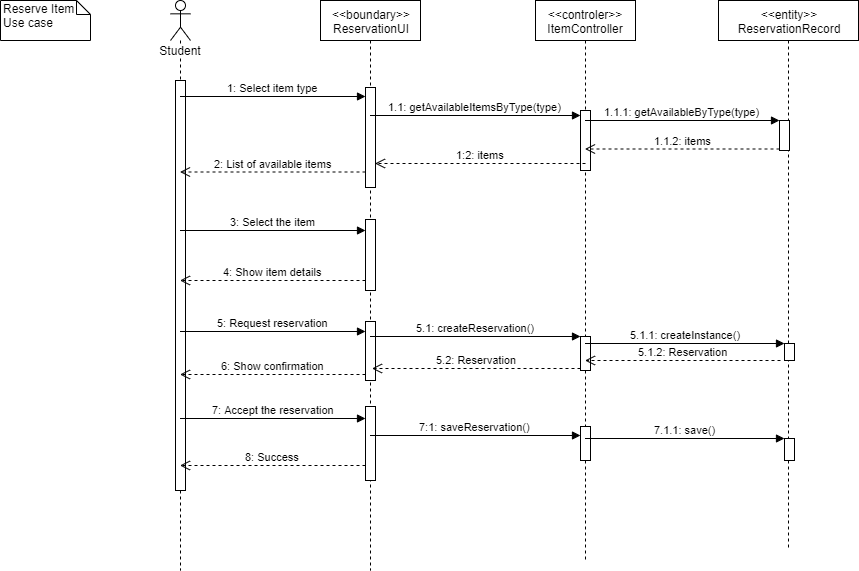
The draw.io diagram docs/Sequence Diagrams/MUM Life - Sequence Diagram - Reserve Item.png in jonathangetachew/MUMLife, before a commit. Source tidied: cells renumbered, new cells last; positions are measured from the earlier drawing's top-left corner, leaving out a move shared by most shapes.
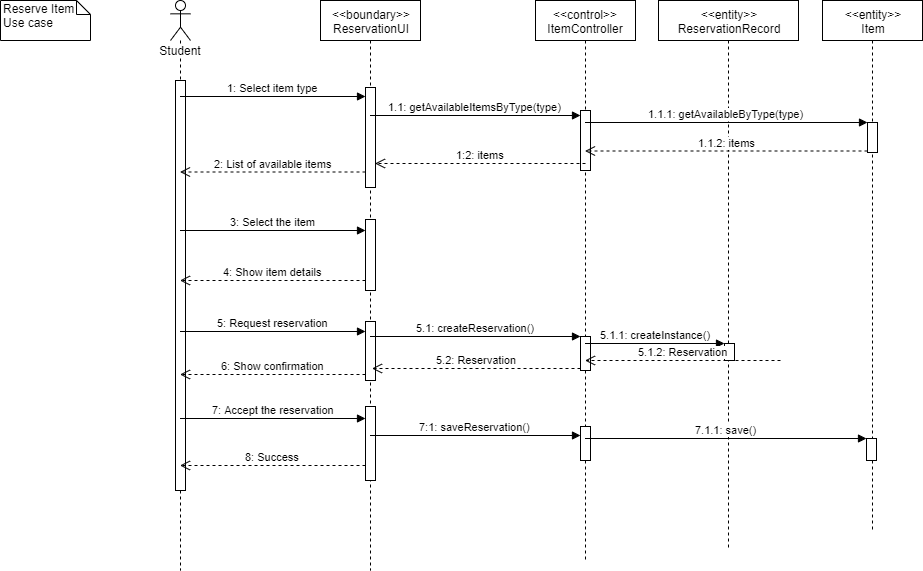
Above is the later version.

Commit message:
Updated all stereotypes in sequence diagrams

The edit, as a diff of the source:
```diff
@@ -29,7 +29,7 @@
         <mxPoint x="365" y="96" as="targetPoint" />
       </mxGeometry>
     </mxCell>
-    <mxCell id="10" value="&amp;lt;&amp;lt;controler&amp;gt;&amp;gt;&lt;br&gt;ItemController" style="shape=umlLifeline;perimeter=lifelinePerimeter;whiteSpace=wrap;html=1;outlineConnect=0;" parent="1" vertex="1">
+    <mxCell id="10" value="&amp;lt;&amp;lt;control&amp;gt;&amp;gt;&lt;br&gt;ItemController" style="shape=umlLifeline;perimeter=lifelinePerimeter;whiteSpace=wrap;html=1;outlineConnect=0;" parent="1" vertex="1">
       <mxGeometry x="535" width="100" height="560" as="geometry" />
     </mxCell>
     <mxCell id="11" style="html=1;perimeter=orthogonalPerimeter;" parent="10" vertex="1">
@@ -110,17 +110,11 @@
       </mxGeometry>
     </mxCell>
     <mxCell id="26" value="&amp;lt;&amp;lt;entity&amp;gt;&amp;gt;&lt;br&gt;ReservationRecord" style="shape=umlLifeline;perimeter=lifelinePerimeter;whiteSpace=wrap;html=1;" parent="1" vertex="1">
-      <mxGeometry x="718" width="140" height="550" as="geometry" />
+      <mxGeometry x="658" width="140" height="550" as="geometry" />
     </mxCell>
     <mxCell id="27" style="html=1;points=[];perimeter=orthogonalPerimeter;" parent="26" vertex="1">
       <mxGeometry x="66" y="343" width="10" height="17" as="geometry" />
     </mxCell>
-    <mxCell id="28" style="html=1;points=[];perimeter=orthogonalPerimeter;" parent="26" vertex="1">
-      <mxGeometry x="61" y="120" width="10" height="30" as="geometry" />
-    </mxCell>
-    <mxCell id="29" style="html=1;points=[];perimeter=orthogonalPerimeter;" parent="26" vertex="1">
-      <mxGeometry x="66" y="438" width="10" height="22" as="geometry" />
-    </mxCell>
     <mxCell id="30" value="5.1.1: createInstance()" style="html=1;verticalAlign=bottom;endArrow=block;entryX=0;entryY=0;" parent="1" edge="1" source="10" target="27">
       <mxGeometry relative="1" as="geometry" />
     </mxCell>
@@ -144,5 +138,14 @@
     <mxCell id="35" value="7.1.1: save()" style="html=1;verticalAlign=bottom;endArrow=block;entryX=0;entryY=0;" parent="1" edge="1" source="10" target="29">
       <mxGeometry relative="1" as="geometry" />
     </mxCell>
+    <mxCell id="36" value="&amp;lt;&amp;lt;entity&amp;gt;&amp;gt;&lt;br&gt;Item" style="shape=umlLifeline;perimeter=lifelinePerimeter;whiteSpace=wrap;html=1;" parent="1" vertex="1">
+      <mxGeometry x="822" width="100" height="530" as="geometry" />
+    </mxCell>
+    <mxCell id="28" style="html=1;points=[];perimeter=orthogonalPerimeter;" parent="36" vertex="1">
+      <mxGeometry x="45" y="122" width="10" height="30" as="geometry" />
+    </mxCell>
+    <mxCell id="29" style="html=1;points=[];perimeter=orthogonalPerimeter;" parent="36" vertex="1">
+      <mxGeometry x="44" y="438" width="10" height="22" as="geometry" />
+    </mxCell>
   </root>
 </mxGraphModel>
```
